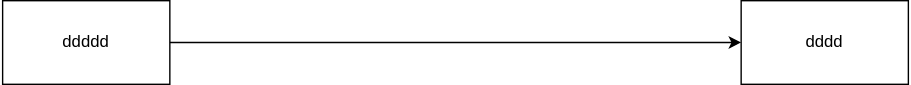
Earlier version of the draw.io export diagram/zoo_event.svg (junhoo-barogo/junhoo-barogo.github.io). Source tidied: cells renumbered, new cells last; positions are measured from the earlier drawing's top-left corner, leaving out a move shared by most shapes.
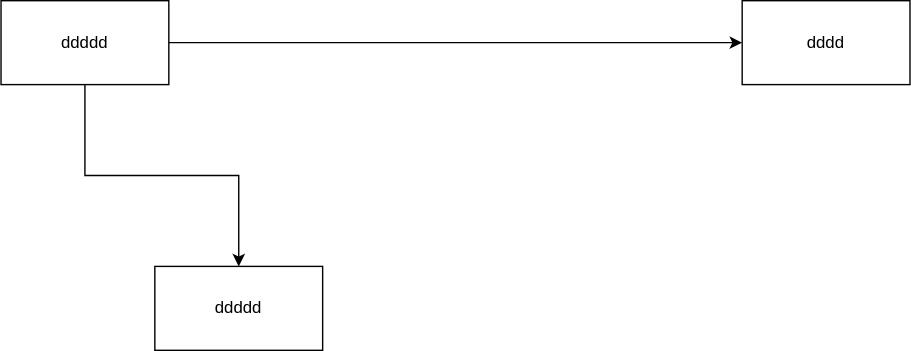
The same diagram one commit later.

Change to the diagram source:
```diff
@@ -5,11 +5,17 @@
     <mxCell id="2" style="edgeStyle=orthogonalEdgeStyle;rounded=0;jettySize=auto;html=1;" parent="1" edge="1" source="3" target="4">
       <mxGeometry relative="1" as="geometry" />
     </mxCell>
+    <mxCell id="5" style="edgeStyle=orthogonalEdgeStyle;rounded=0;jettySize=auto;html=1;entryX=0.5;entryY=0;entryDx=0;entryDy=0;" parent="1" edge="1" source="3" target="6">
+      <mxGeometry relative="1" as="geometry" />
+    </mxCell>
     <mxCell id="3" value="ddddd" style="whiteSpace=wrap;html=1;" parent="1" vertex="1">
       <mxGeometry width="120" height="60" as="geometry" />
     </mxCell>
     <mxCell id="4" value="dddd" style="whiteSpace=wrap;html=1;" parent="1" vertex="1">
       <mxGeometry x="530" width="120" height="60" as="geometry" />
     </mxCell>
+    <mxCell id="6" value="ddddd" style="whiteSpace=wrap;html=1;" parent="1" vertex="1">
+      <mxGeometry x="110" y="190" width="120" height="60" as="geometry" />
+    </mxCell>
   </root>
 </mxGraphModel>
```
